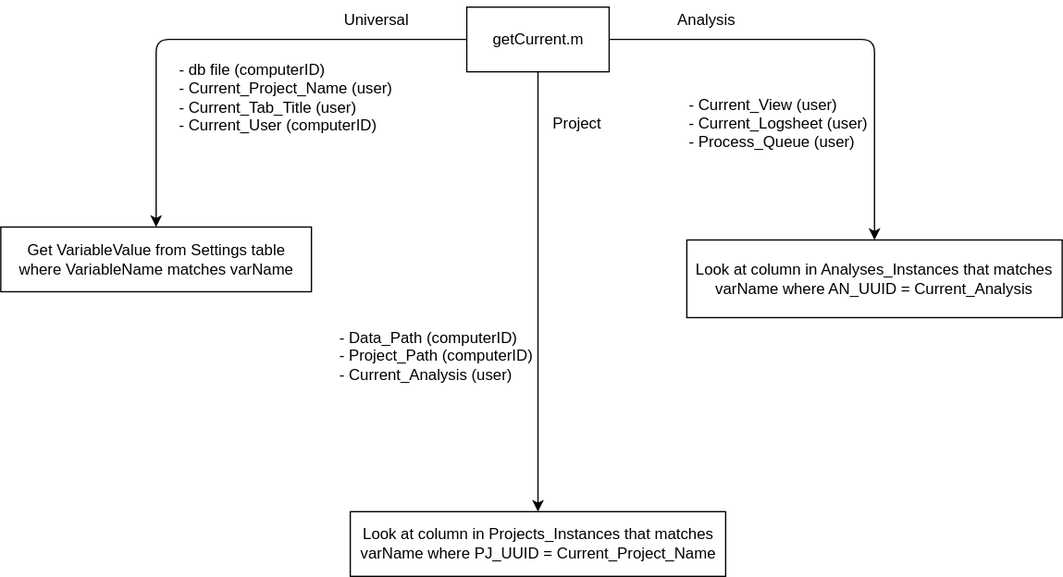
Earlier version of the draw.io export Everything App New/UML Diagrams/Helper Functions/getCurrent.drawio.svg (ResearchOS/Biomech-Analysis-Platform-MATLAB). Source tidied: cells renumbered, new cells last; positions are measured from the earlier drawing's top-left corner, leaving out a move shared by most shapes.
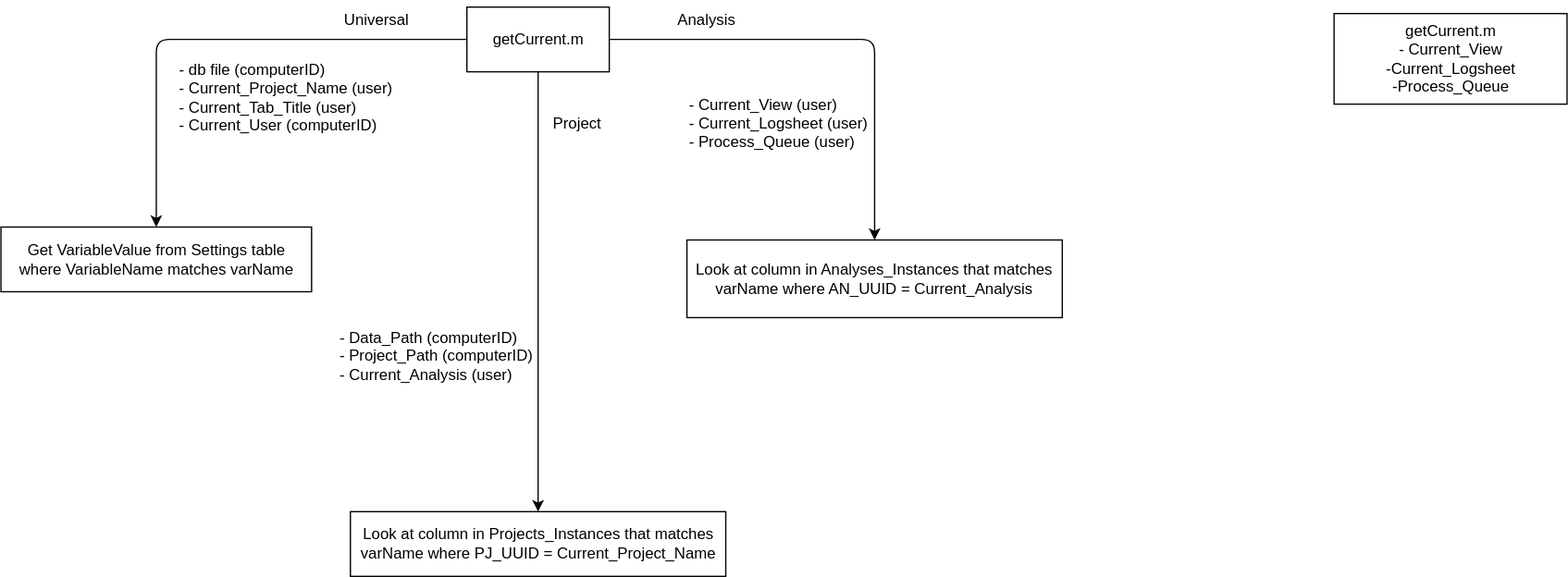
After the change.

Change to the diagram source:
```diff
@@ -49,5 +49,8 @@
     <mxCell id="14" value="Universal" style="text;html=1;align=center;verticalAlign=middle;strokeColor=none;fillColor=none;" parent="1" vertex="1">
       <mxGeometry x="255" width="70" height="30" as="geometry" />
     </mxCell>
+    <mxCell id="15" value="getCurrent.m&lt;br&gt;- Current_View&lt;br&gt;-Current_Logsheet&lt;br&gt;-Process_Queue" style="html=1;" parent="1" vertex="1">
+      <mxGeometry x="1030" y="10" width="180" height="70" as="geometry" />
+    </mxCell>
   </root>
 </mxGraphModel>
```
